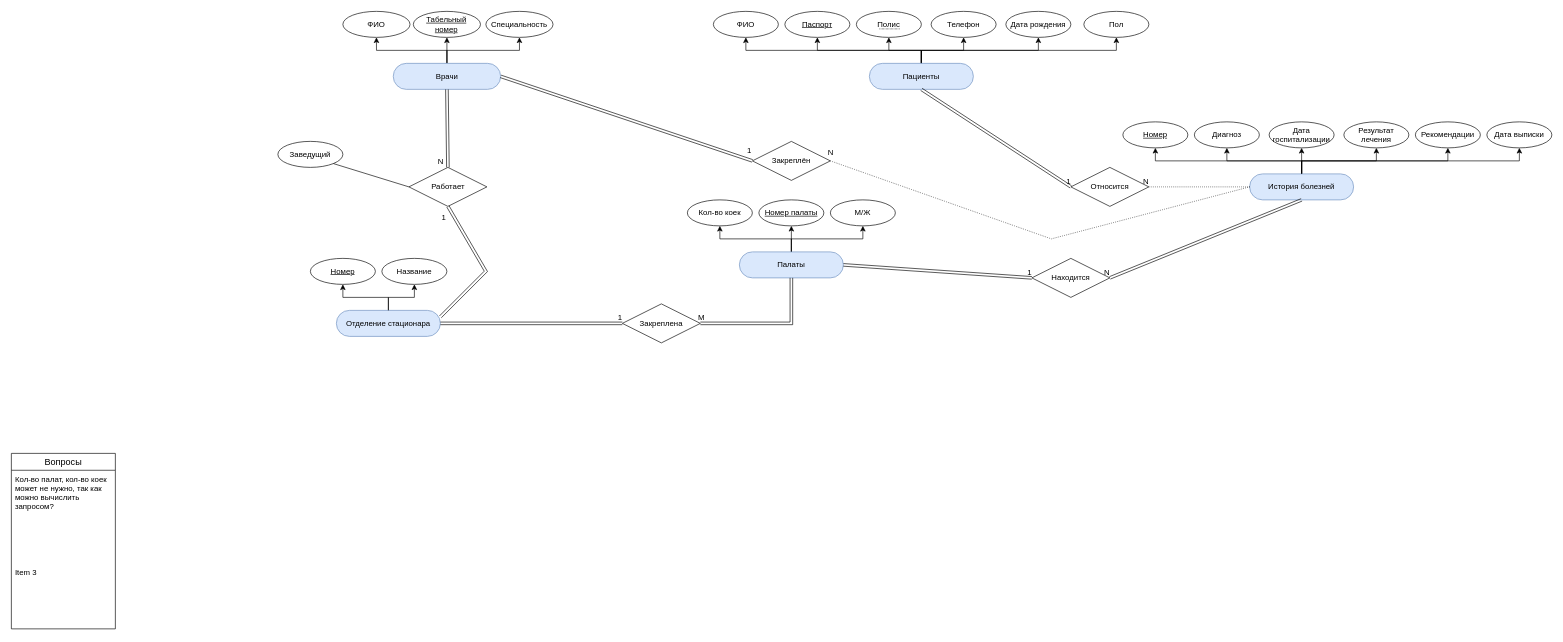
den-a-s/drawio-diagrams keeps this draw.io diagram as EntityRelation.drawio. Above is the earlier version. Source tidied: cells renumbered, new cells numbered last; positions are measured from the earlier drawing's top-left corner, leaving out a move shared by most shapes. Both pictures are drawn from the tidied source at 65%, with x=0, y=0 at pixel (11, 11).
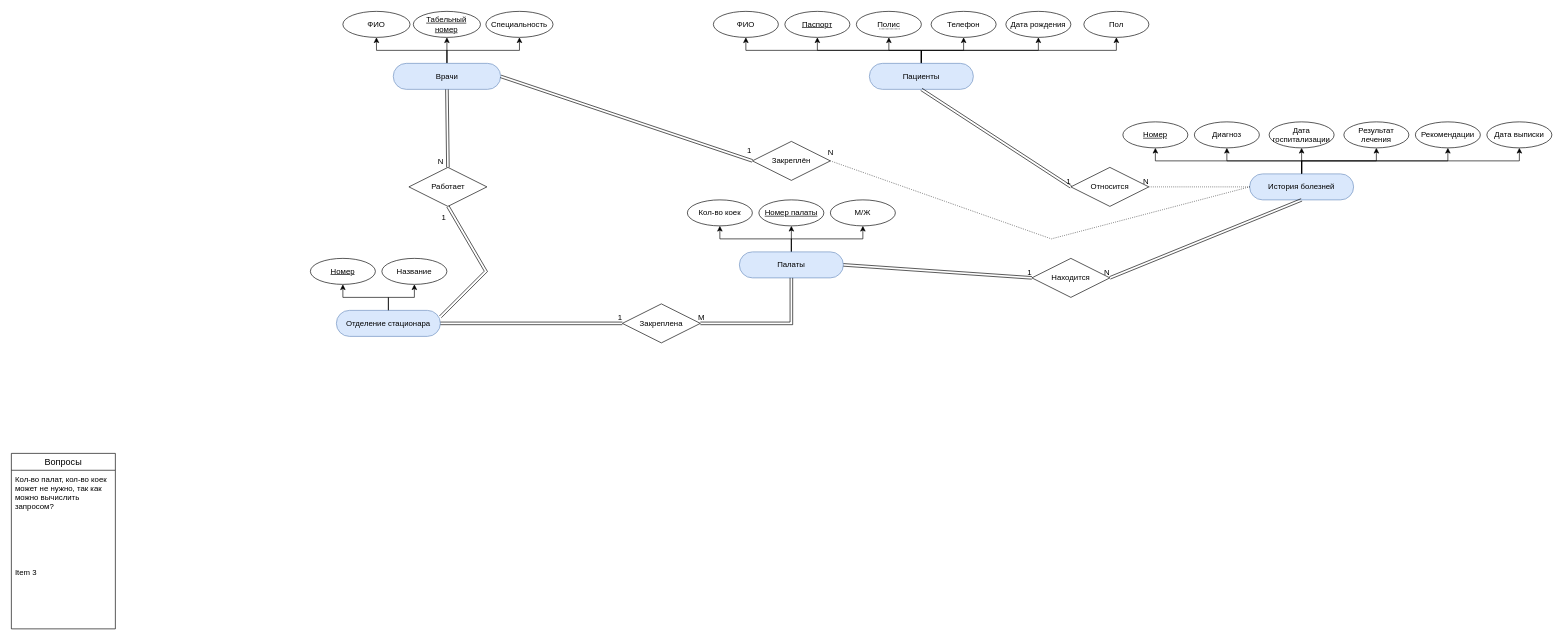
Above is the later version.

Commit message:
Удаление лишней связи

Unchanged cells that the change refers to:
```xml
<mxCell id="71" value="Работает" style="shape=rhombus;perimeter=rhombusPerimeter;whiteSpace=wrap;html=1;align=center;" parent="1" vertex="1">
  <mxGeometry x="611.6" y="240" width="120" height="60" as="geometry" />
</mxCell>
```

Diff of the diagram source:
```diff
@@
-    <mxCell id="80" value="Заведущий" style="ellipse;whiteSpace=wrap;html=1;align=center;" parent="1" vertex="1">
-      <mxGeometry x="410" y="200" width="100" height="40" as="geometry" />
-    </mxCell>
-    <mxCell id="81" style="endArrow=none;html=1;rounded=0;entryX=0;entryY=0.5;entryDx=0;entryDy=0;exitX=1;exitY=1;exitDx=0;exitDy=0;" parent="1" edge="1" source="80" target="71">
-      <mxGeometry relative="1" as="geometry" />
-    </mxCell>
```
